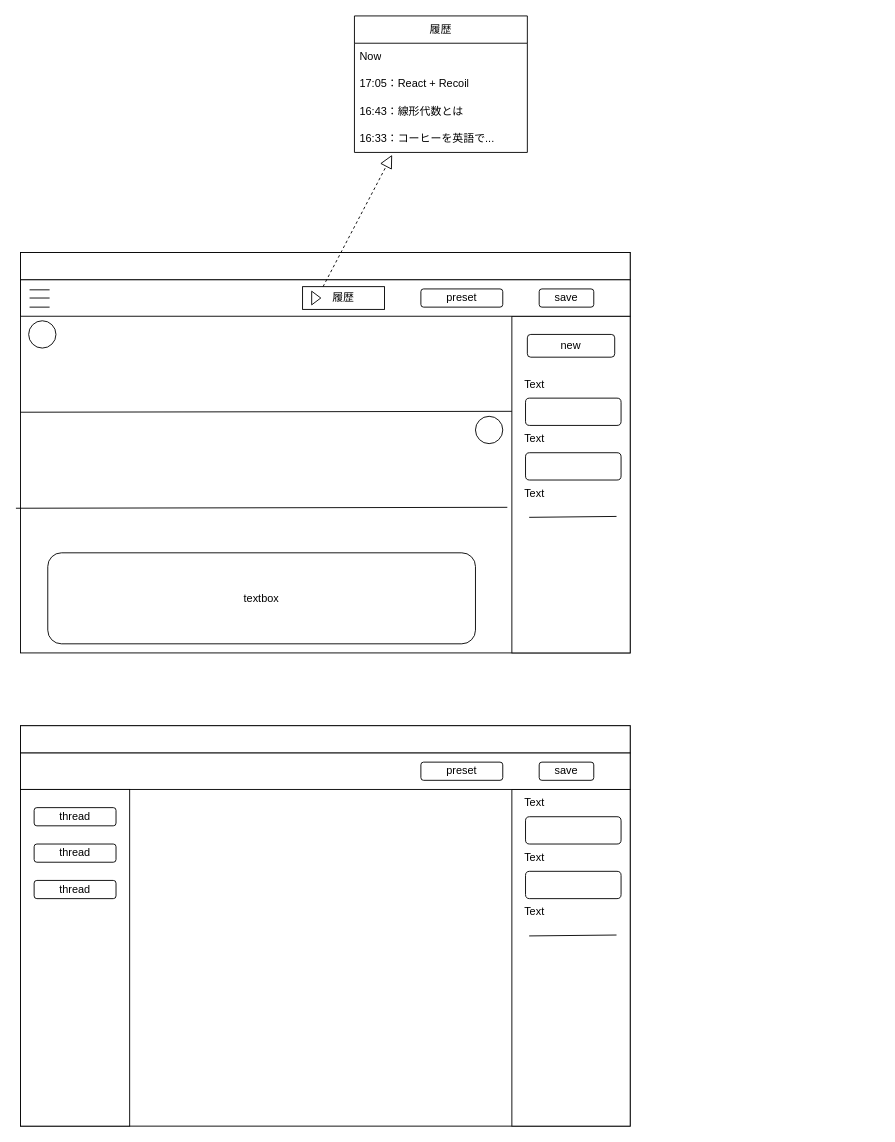
bamboo-house/BambooGPT keeps this draw.io diagram as docs/ui-v1.drawio. Above is the earlier version. Source tidied: cells renumbered, new cells numbered last; positions are measured from the earlier drawing's top-left corner, leaving out a move shared by most shapes. Both pictures are drawn from the tidied source at 91%, with x=0, y=0 at pixel (15, 15).
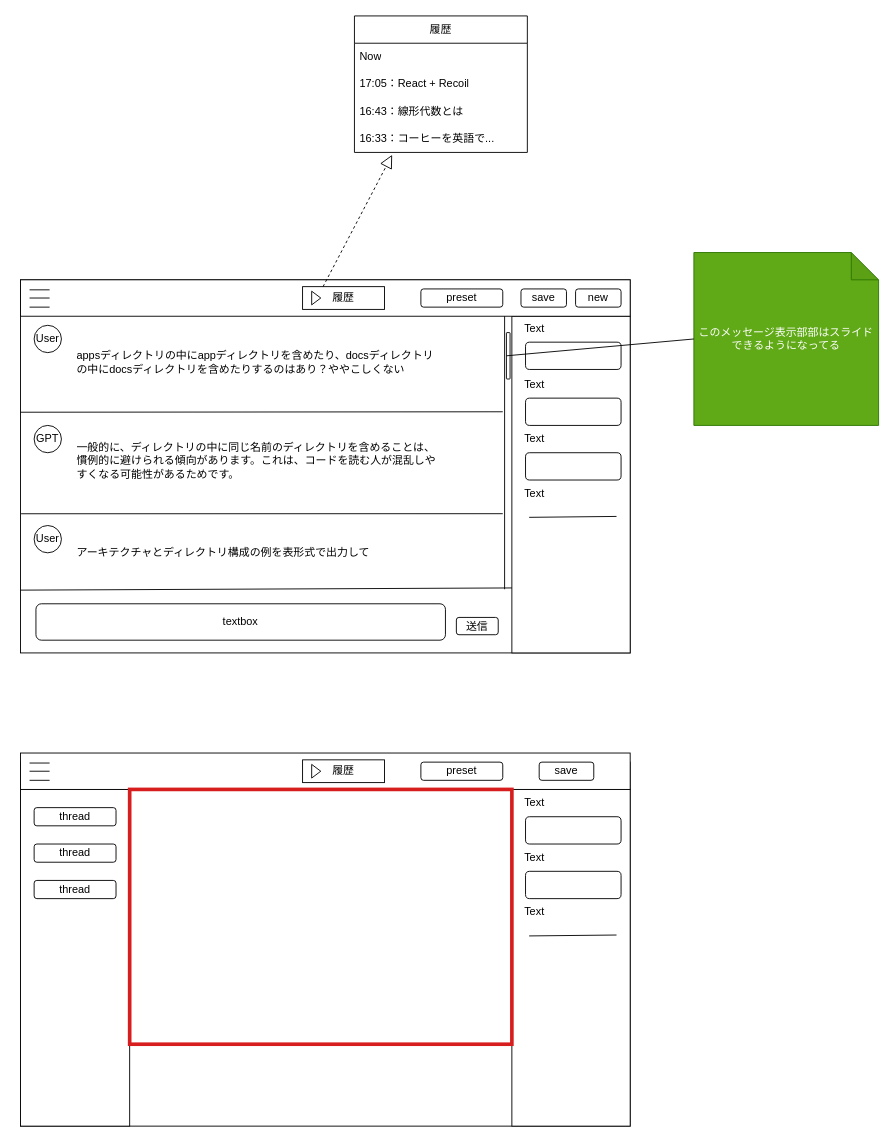
After the change.

Unchanged cells that the change refers to:
```xml
<mxCell id="4" style="rounded=0;whiteSpace=wrap;html=1;" parent="1" vertex="1">
  <mxGeometry x="545" y="330" width="130" height="370" as="geometry" />
</mxCell>
```

What changed in the source:
```diff
@@
     <mxCell id="2" style="rounded=0;whiteSpace=wrap;html=1;" parent="1" vertex="1">
-      <mxGeometry x="5" y="260" width="670" height="440" as="geometry" />
+      <mxGeometry x="5" y="290" width="670" height="410" as="geometry" />
     </mxCell>
-    <mxCell id="3" style="rounded=0;whiteSpace=wrap;html=1;" parent="1" vertex="1">
-      <mxGeometry x="5" y="260" width="670" height="30" as="geometry" />
-    </mxCell>
@@
     <mxCell id="13" value="save" style="rounded=1;whiteSpace=wrap;html=1;" parent="1" vertex="1">
-      <mxGeometry x="575" y="300" width="60" height="20" as="geometry" />
+      <mxGeometry x="555" y="300" width="50" height="20" as="geometry" />
     </mxCell>
@@
     <mxCell id="17" style="rounded=0;whiteSpace=wrap;html=1;" parent="1" vertex="1">
-      <mxGeometry x="5" y="780" width="670" height="440" as="geometry" />
+      <mxGeometry x="5" y="820" width="670" height="400" as="geometry" />
     </mxCell>
-    <mxCell id="18" style="rounded=0;whiteSpace=wrap;html=1;" parent="1" vertex="1">
-      <mxGeometry x="5" y="780" width="670" height="30" as="geometry" />
-    </mxCell>
@@
-    <mxCell id="20" style="rounded=0;whiteSpace=wrap;html=1;" parent="1" vertex="1">
-      <mxGeometry x="5" y="810" width="670" height="40" as="geometry" />
-    </mxCell>
@@
-    <mxCell id="27" value="preset" style="rounded=1;whiteSpace=wrap;html=1;" parent="1" vertex="1">
-      <mxGeometry x="445" y="820" width="90" height="20" as="geometry" />
-    </mxCell>
-    <mxCell id="28" value="save" style="rounded=1;whiteSpace=wrap;html=1;" parent="1" vertex="1">
-      <mxGeometry x="575" y="820" width="60" height="20" as="geometry" />
-    </mxCell>
@@
     <mxCell id="33" value="new" style="rounded=1;whiteSpace=wrap;html=1;" parent="1" vertex="1">
-      <mxGeometry x="562" y="350" width="96" height="25" as="geometry" />
+      <mxGeometry x="615" y="300" width="50" height="20" as="geometry" />
     </mxCell>
     <mxCell id="34" value="textbox" style="rounded=1;whiteSpace=wrap;html=1;" parent="1" vertex="1">
-      <mxGeometry x="35" y="590" width="470" height="100" as="geometry" />
+      <mxGeometry x="22" y="646" width="450" height="40" as="geometry" />
     </mxCell>
-    <mxCell id="35" style="ellipse;whiteSpace=wrap;html=1;" parent="1" vertex="1">
-      <mxGeometry x="14" y="335" width="30" height="30" as="geometry" />
+    <mxCell id="35" value="User" style="ellipse;whiteSpace=wrap;html=1;" parent="1" vertex="1">
+      <mxGeometry x="20" y="340" width="30" height="30" as="geometry" />
     </mxCell>
-    <mxCell id="36" style="ellipse;whiteSpace=wrap;html=1;" parent="1" vertex="1">
-      <mxGeometry x="505" y="440" width="30" height="30" as="geometry" />
+    <mxCell id="36" value="GPT" style="ellipse;whiteSpace=wrap;html=1;" parent="1" vertex="1">
+      <mxGeometry x="20" y="450" width="30" height="30" as="geometry" />
     </mxCell>
     <mxCell id="37" style="endArrow=none;html=1;" parent="1" edge="1">
       <mxGeometry relative="1" as="geometry">
         <mxPoint x="5" y="435.5" as="sourcePoint" />
-        <mxPoint x="545" y="434.5" as="targetPoint" />
+        <mxPoint x="535" y="435" as="targetPoint" />
       </mxGeometry>
     </mxCell>
-    <mxCell id="38" style="endArrow=none;html=1;" parent="1" edge="1">
+    <mxCell id="38" style="endArrow=none;html=1;entryX=0;entryY=0.807;entryDx=0;entryDy=0;entryPerimeter=0;" parent="1" edge="1" target="4">
       <mxGeometry relative="1" as="geometry">
-        <mxPoint y="541" as="sourcePoint" />
-        <mxPoint x="540" y="540" as="targetPoint" />
+        <mxPoint x="5" y="631" as="sourcePoint" />
       </mxGeometry>
     </mxCell>
@@
+    <mxCell id="20" style="rounded=0;whiteSpace=wrap;html=1;" parent="1" vertex="1">
+      <mxGeometry x="5" y="810" width="670" height="40" as="geometry" />
+    </mxCell>
+    <mxCell id="27" value="preset" style="rounded=1;whiteSpace=wrap;html=1;" parent="1" vertex="1">
+      <mxGeometry x="445" y="820" width="90" height="20" as="geometry" />
+    </mxCell>
+    <mxCell id="28" value="save" style="rounded=1;whiteSpace=wrap;html=1;" parent="1" vertex="1">
+      <mxGeometry x="575" y="820" width="60" height="20" as="geometry" />
+    </mxCell>
+    <mxCell id="47" style="endArrow=none;html=1;" parent="1" edge="1">
+      <mxGeometry relative="1" as="geometry">
+        <mxPoint x="15" y="821" as="sourcePoint" />
+        <mxPoint x="37" y="821" as="targetPoint" />
+      </mxGeometry>
+    </mxCell>
+    <mxCell id="48" style="endArrow=none;html=1;" parent="1" edge="1">
+      <mxGeometry relative="1" as="geometry">
+        <mxPoint x="15" y="830" as="sourcePoint" />
+        <mxPoint x="37" y="830" as="targetPoint" />
+      </mxGeometry>
+    </mxCell>
+    <mxCell id="49" style="endArrow=none;html=1;" parent="1" edge="1">
+      <mxGeometry relative="1" as="geometry">
+        <mxPoint x="15" y="840" as="sourcePoint" />
+        <mxPoint x="37" y="840" as="targetPoint" />
+      </mxGeometry>
+    </mxCell>
+    <mxCell id="50" value="履歴" style="html=1;whiteSpace=wrap;" parent="1" vertex="1">
+      <mxGeometry x="315" y="817.5" width="90" height="25" as="geometry" />
+    </mxCell>
+    <mxCell id="51" style="triangle;html=1;whiteSpace=wrap;" parent="50" vertex="1">
+      <mxGeometry x="10" y="5" width="10" height="15" as="geometry" />
+    </mxCell>
+    <mxCell id="52" value="このメッセージ表示部部はスライドできるようになってる" style="shape=note;whiteSpace=wrap;html=1;backgroundOutline=1;darkOpacity=0.05;fillColor=#60a917;fontColor=#ffffff;strokeColor=#2D7600;" parent="1" vertex="1">
+      <mxGeometry x="745" y="260" width="203" height="190" as="geometry" />
+    </mxCell>
+    <mxCell id="53" style="endArrow=none;html=1;exitX=0.001;exitY=0.627;exitDx=0;exitDy=0;exitPerimeter=0;" parent="1" edge="1" source="2">
+      <mxGeometry relative="1" as="geometry">
+        <mxPoint x="535" y="547" as="targetPoint" />
+      </mxGeometry>
+    </mxCell>
+    <mxCell id="54" value="User" style="ellipse;whiteSpace=wrap;html=1;" parent="1" vertex="1">
+      <mxGeometry x="20" y="560" width="30" height="30" as="geometry" />
+    </mxCell>
+    <mxCell id="55" style="endArrow=none;html=1;" parent="1" edge="1">
+      <mxGeometry relative="1" as="geometry">
+        <mxPoint x="537" y="330" as="sourcePoint" />
+        <mxPoint x="537" y="630" as="targetPoint" />
+      </mxGeometry>
+    </mxCell>
+    <mxCell id="56" style="rounded=1;whiteSpace=wrap;html=1;" parent="1" vertex="1">
+      <mxGeometry x="539" y="348" width="4" height="51" as="geometry" />
+    </mxCell>
+    <mxCell id="57" value="送信" style="rounded=1;whiteSpace=wrap;html=1;" parent="1" vertex="1">
+      <mxGeometry x="484" y="661" width="46" height="19" as="geometry" />
+    </mxCell>
+    <mxCell id="58" style="rounded=1;whiteSpace=wrap;html=1;" parent="1" vertex="1">
+      <mxGeometry x="560" y="358.5" width="105" height="30" as="geometry" />
+    </mxCell>
+    <mxCell id="59" value="Text" style="text;html=1;strokeColor=none;fillColor=none;align=center;verticalAlign=middle;whiteSpace=wrap;rounded=0;" parent="1" vertex="1">
+      <mxGeometry x="545" y="328.5" width="50" height="30" as="geometry" />
+    </mxCell>
+    <mxCell id="60" style="endArrow=none;html=1;entryX=0;entryY=0.5;entryDx=0;entryDy=0;entryPerimeter=0;exitX=0;exitY=0.5;exitDx=0;exitDy=0;" parent="1" edge="1" source="56" target="52">
+      <mxGeometry relative="1" as="geometry" />
+    </mxCell>
+    <mxCell id="61" style="rounded=0;whiteSpace=wrap;html=1;strokeColor=#d71d1d;strokeWidth=4;fillColor=none;" parent="1" vertex="1">
+      <mxGeometry x="125" y="850" width="420" height="280" as="geometry" />
+    </mxCell>
+    <mxCell id="62" value="appsディレクトリの中にappディレクトリを含めたり、docsディレクトリの中にdocsディレクトリを含めたりするのはあり？ややこしくない" style="text;html=1;strokeColor=none;fillColor=none;align=left;verticalAlign=middle;whiteSpace=wrap;rounded=0;strokeWidth=4;" parent="1" vertex="1">
+      <mxGeometry x="65" y="342.5" width="400" height="77.5" as="geometry" />
+    </mxCell>
+    <mxCell id="63" value="一般的に、ディレクトリの中に同じ名前のディレクトリを含めることは、慣例的に避けられる傾向があります。これは、コードを読む人が混乱しやすくなる可能性があるためです。" style="text;html=1;strokeColor=none;fillColor=none;align=left;verticalAlign=middle;whiteSpace=wrap;rounded=0;strokeWidth=4;" parent="1" vertex="1">
+      <mxGeometry x="65" y="450" width="400" height="77.5" as="geometry" />
+    </mxCell>
+    <mxCell id="64" value="アーキテクチャとディレクトリ構成の例を表形式で出力して" style="text;html=1;strokeColor=none;fillColor=none;align=left;verticalAlign=middle;whiteSpace=wrap;rounded=0;strokeWidth=4;" parent="1" vertex="1">
+      <mxGeometry x="65" y="560" width="380" height="60" as="geometry" />
+    </mxCell>
```
